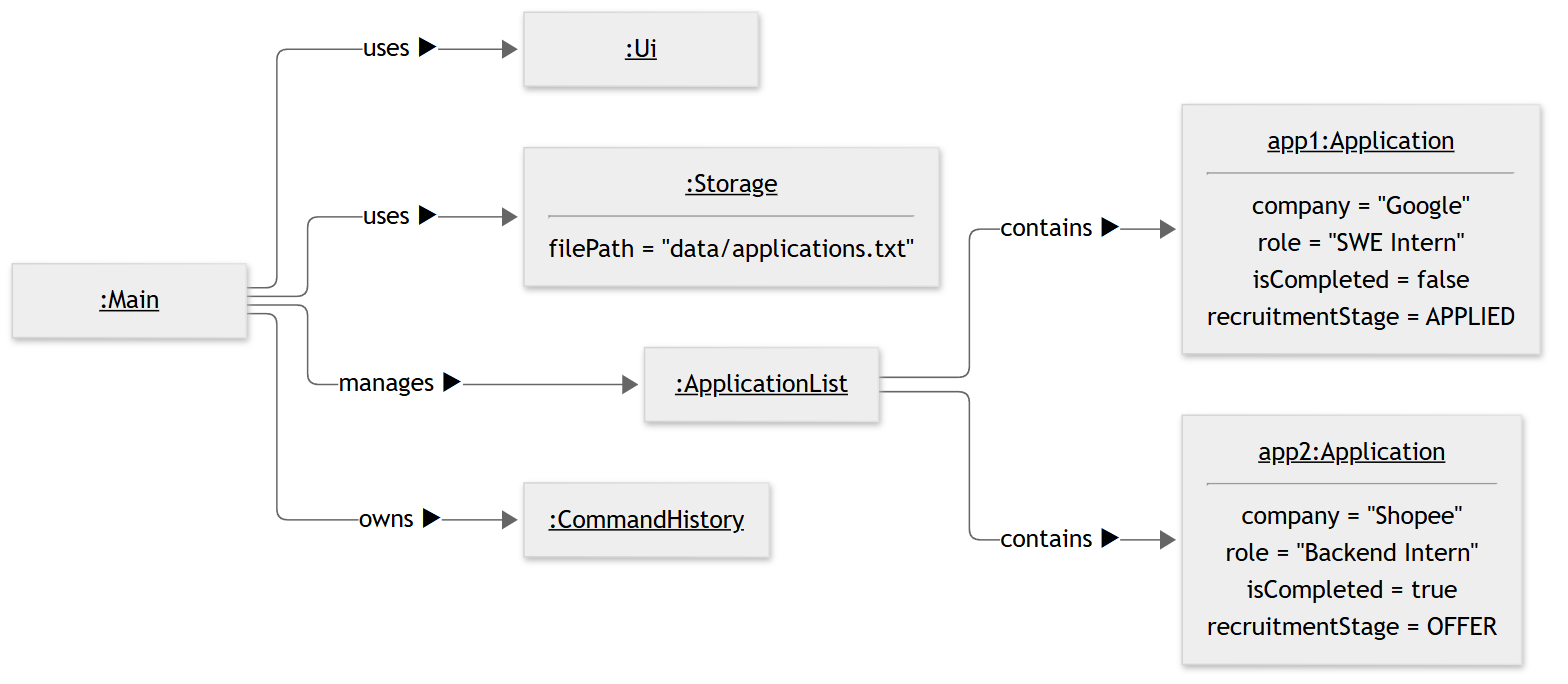
Above: docs/diagrams/runtime-object-structure.png in AY2627S1-CS2113-T10-2/tp (Mermaid), before the change. Its source is kept beside it as docs/diagrams/sources/runtime-object-structure.mmd.
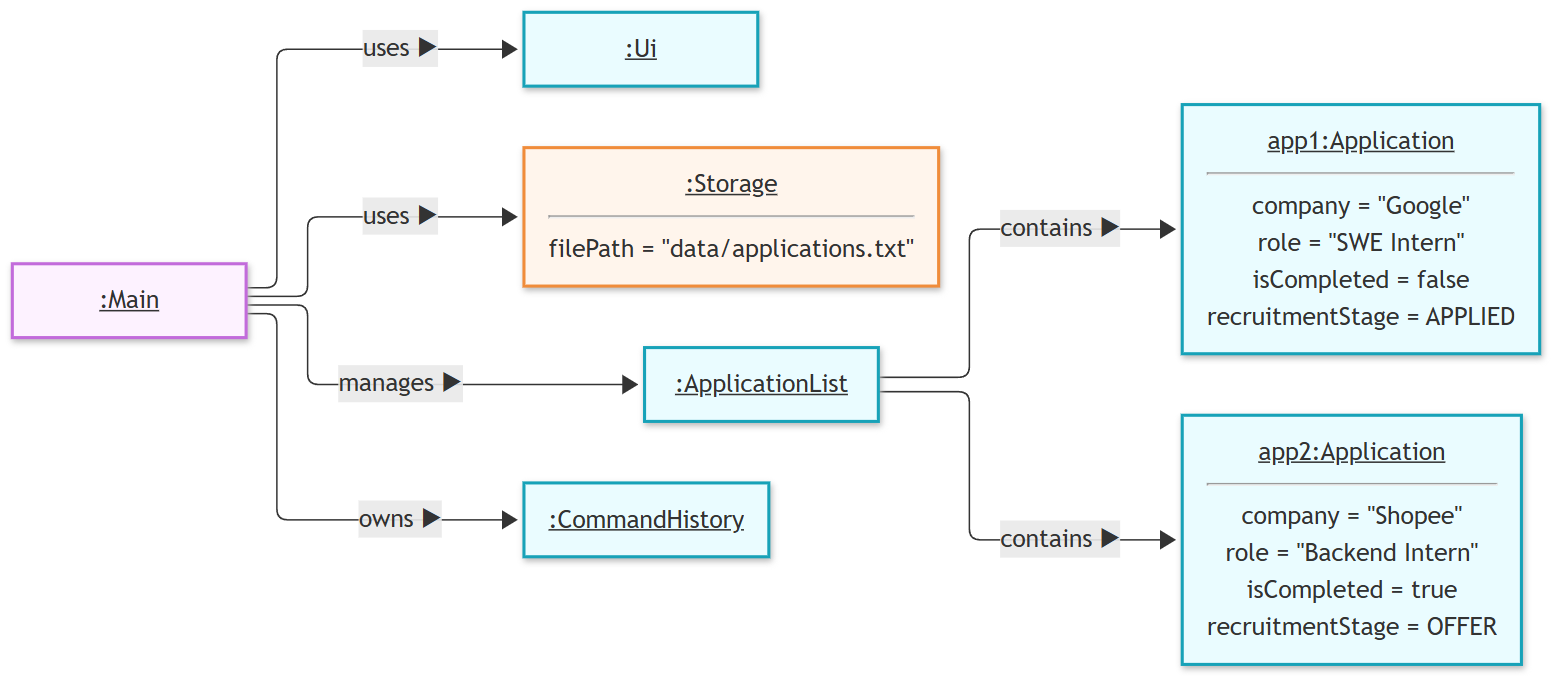
Later version of the same file.

Diff of the diagram source:
```diff
@@ -1,4 +1,4 @@
-%%{init: {'theme': 'neutral', 'flowchart': {'wrappingWidth': 600}}}%%
+%%{init: {'theme': 'default', 'flowchart': {'wrappingWidth': 600}}}%%
 flowchart LR
     main["<u>:Main</u>"]
     ui["<u>:Ui</u>"]
@@ -14,3 +14,9 @@
     main -->|"owns ▶"| history
     applications -->|"contains ▶"| app1
     applications -->|"contains ▶"| app2
+    classDef ctrl fill:#fdf2ff,stroke:#c26bdb,stroke-width:2px
+    classDef obj fill:#eafcff,stroke:#17a2b8,stroke-width:2px
+    classDef store fill:#fff5ec,stroke:#f08c3a,stroke-width:2px
+    class main ctrl
+    class ui,history,applications,app1,app2 obj
+    class storage store
```
